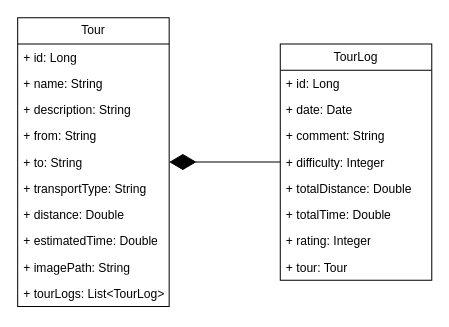
Above: documentation/tourplanner_class_diagram.drawio in if22b150/TourPlanner (draw.io), before the change. Source tidied: cells renumbered, new cells numbered last; positions are measured from the earlier drawing's top-left corner, leaving out a move shared by most shapes. Both pictures are drawn from the tidied source at 101%, with x=0, y=0 at pixel (17, 17).
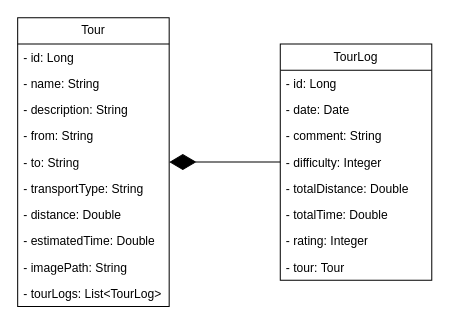
The same page after the edit.

The change refers to these unchanged cells:
```xml
<mxCell id="2" value="Tour" style="swimlane;fontStyle=0;horizontal=1;startSize=26;fillColor=none;whiteSpace=wrap;html=1;" parent="1" vertex="1">
  <mxGeometry width="150" height="286" as="geometry" />
</mxCell>
<mxCell id="13" value="TourLog" style="swimlane;fontStyle=0;horizontal=1;startSize=26;fillColor=none;whiteSpace=wrap;html=1;" parent="1" vertex="1">
  <mxGeometry x="260" y="26" width="150" height="234" as="geometry" />
</mxCell>
```

Diff of the diagram source:
```diff
@@
-    <mxCell id="3" value="+ id: Long" style="text;strokeColor=none;fillColor=none;align=left;verticalAlign=top;spacingLeft=4;spacingRight=4;overflow=hidden;whiteSpace=wrap;html=1;" parent="2" vertex="1">
+    <mxCell id="3" value="- id: Long" style="text;strokeColor=none;fillColor=none;align=left;verticalAlign=top;spacingLeft=4;spacingRight=4;overflow=hidden;whiteSpace=wrap;html=1;" parent="2" vertex="1">
       <mxGeometry y="26" width="150" height="26" as="geometry" />
     </mxCell>
-    <mxCell id="4" value="+ name: String" style="text;strokeColor=none;fillColor=none;align=left;verticalAlign=top;spacingLeft=4;spacingRight=4;overflow=hidden;whiteSpace=wrap;html=1;" parent="2" vertex="1">
+    <mxCell id="4" value="- name: String" style="text;strokeColor=none;fillColor=none;align=left;verticalAlign=top;spacingLeft=4;spacingRight=4;overflow=hidden;whiteSpace=wrap;html=1;" parent="2" vertex="1">
       <mxGeometry y="52" width="150" height="26" as="geometry" />
     </mxCell>
-    <mxCell id="5" value="+ description: String" style="text;strokeColor=none;fillColor=none;align=left;verticalAlign=top;spacingLeft=4;spacingRight=4;overflow=hidden;whiteSpace=wrap;html=1;" parent="2" vertex="1">
+    <mxCell id="5" value="- description: String" style="text;strokeColor=none;fillColor=none;align=left;verticalAlign=top;spacingLeft=4;spacingRight=4;overflow=hidden;whiteSpace=wrap;html=1;" parent="2" vertex="1">
       <mxGeometry y="78" width="150" height="26" as="geometry" />
     </mxCell>
-    <mxCell id="6" value="+ from: String" style="text;strokeColor=none;fillColor=none;align=left;verticalAlign=top;spacingLeft=4;spacingRight=4;overflow=hidden;whiteSpace=wrap;html=1;" parent="2" vertex="1">
+    <mxCell id="6" value="- from: String" style="text;strokeColor=none;fillColor=none;align=left;verticalAlign=top;spacingLeft=4;spacingRight=4;overflow=hidden;whiteSpace=wrap;html=1;" parent="2" vertex="1">
       <mxGeometry y="104" width="150" height="26" as="geometry" />
     </mxCell>
-    <mxCell id="7" value="+ to: String" style="text;strokeColor=none;fillColor=none;align=left;verticalAlign=top;spacingLeft=4;spacingRight=4;overflow=hidden;points=[[0,0.5],[1,0.5]];portConstraint=eastwest;whiteSpace=wrap;html=1;" parent="2" vertex="1">
+    <mxCell id="7" value="- to: String" style="text;strokeColor=none;fillColor=none;align=left;verticalAlign=top;spacingLeft=4;spacingRight=4;overflow=hidden;points=[[0,0.5],[1,0.5]];portConstraint=eastwest;whiteSpace=wrap;html=1;" parent="2" vertex="1">
       <mxGeometry y="130" width="150" height="26" as="geometry" />
     </mxCell>
-    <mxCell id="8" value="+ transportType: String" style="text;strokeColor=none;fillColor=none;align=left;verticalAlign=top;spacingLeft=4;spacingRight=4;overflow=hidden;whiteSpace=wrap;html=1;" parent="2" vertex="1">
+    <mxCell id="8" value="- transportType: String" style="text;strokeColor=none;fillColor=none;align=left;verticalAlign=top;spacingLeft=4;spacingRight=4;overflow=hidden;whiteSpace=wrap;html=1;" parent="2" vertex="1">
       <mxGeometry y="156" width="150" height="26" as="geometry" />
     </mxCell>
-    <mxCell id="9" value="+ distance: Double" style="text;strokeColor=none;fillColor=none;align=left;verticalAlign=top;spacingLeft=4;spacingRight=4;overflow=hidden;whiteSpace=wrap;html=1;" parent="2" vertex="1">
+    <mxCell id="9" value="- distance: Double" style="text;strokeColor=none;fillColor=none;align=left;verticalAlign=top;spacingLeft=4;spacingRight=4;overflow=hidden;whiteSpace=wrap;html=1;" parent="2" vertex="1">
       <mxGeometry y="182" width="150" height="26" as="geometry" />
     </mxCell>
-    <mxCell id="10" value="+ estimatedTime: Double" style="text;strokeColor=none;fillColor=none;align=left;verticalAlign=top;spacingLeft=4;spacingRight=4;overflow=hidden;whiteSpace=wrap;html=1;" parent="2" vertex="1">
+    <mxCell id="10" value="- estimatedTime: Double" style="text;strokeColor=none;fillColor=none;align=left;verticalAlign=top;spacingLeft=4;spacingRight=4;overflow=hidden;whiteSpace=wrap;html=1;" parent="2" vertex="1">
       <mxGeometry y="208" width="150" height="26" as="geometry" />
     </mxCell>
-    <mxCell id="11" value="+ imagePath: String" style="text;strokeColor=none;fillColor=none;align=left;verticalAlign=top;spacingLeft=4;spacingRight=4;overflow=hidden;whiteSpace=wrap;html=1;" parent="2" vertex="1">
+    <mxCell id="11" value="- imagePath: String" style="text;strokeColor=none;fillColor=none;align=left;verticalAlign=top;spacingLeft=4;spacingRight=4;overflow=hidden;whiteSpace=wrap;html=1;" parent="2" vertex="1">
       <mxGeometry y="234" width="150" height="26" as="geometry" />
     </mxCell>
-    <mxCell id="12" value="+ tourLogs: List&amp;lt;TourLog&amp;gt;" style="text;strokeColor=none;fillColor=none;align=left;verticalAlign=top;spacingLeft=4;spacingRight=4;overflow=hidden;whiteSpace=wrap;html=1;" parent="2" vertex="1">
+    <mxCell id="12" value="- tourLogs: List&amp;lt;TourLog&amp;gt;" style="text;strokeColor=none;fillColor=none;align=left;verticalAlign=top;spacingLeft=4;spacingRight=4;overflow=hidden;whiteSpace=wrap;html=1;" parent="2" vertex="1">
       <mxGeometry y="260" width="150" height="26" as="geometry" />
     </mxCell>
@@
-    <mxCell id="14" value="+ id: Long" style="text;strokeColor=none;fillColor=none;align=left;verticalAlign=top;spacingLeft=4;spacingRight=4;overflow=hidden;whiteSpace=wrap;html=1;" parent="13" vertex="1">
+    <mxCell id="14" value="- id: Long" style="text;strokeColor=none;fillColor=none;align=left;verticalAlign=top;spacingLeft=4;spacingRight=4;overflow=hidden;whiteSpace=wrap;html=1;" parent="13" vertex="1">
       <mxGeometry y="26" width="150" height="26" as="geometry" />
     </mxCell>
-    <mxCell id="15" value="+ date: Date" style="text;strokeColor=none;fillColor=none;align=left;verticalAlign=top;spacingLeft=4;spacingRight=4;overflow=hidden;whiteSpace=wrap;html=1;" parent="13" vertex="1">
+    <mxCell id="15" value="- date: Date" style="text;strokeColor=none;fillColor=none;align=left;verticalAlign=top;spacingLeft=4;spacingRight=4;overflow=hidden;whiteSpace=wrap;html=1;" parent="13" vertex="1">
       <mxGeometry y="52" width="150" height="26" as="geometry" />
     </mxCell>
-    <mxCell id="16" value="+ comment: String" style="text;strokeColor=none;fillColor=none;align=left;verticalAlign=top;spacingLeft=4;spacingRight=4;overflow=hidden;whiteSpace=wrap;html=1;" parent="13" vertex="1">
+    <mxCell id="16" value="- comment: String" style="text;strokeColor=none;fillColor=none;align=left;verticalAlign=top;spacingLeft=4;spacingRight=4;overflow=hidden;whiteSpace=wrap;html=1;" parent="13" vertex="1">
       <mxGeometry y="78" width="150" height="26" as="geometry" />
     </mxCell>
-    <mxCell id="17" value="+ difficulty: Integer" style="text;strokeColor=none;fillColor=none;align=left;verticalAlign=top;spacingLeft=4;spacingRight=4;overflow=hidden;points=[[0,0.5],[1,0.5]];portConstraint=eastwest;whiteSpace=wrap;html=1;" parent="13" vertex="1">
+    <mxCell id="17" value="- difficulty: Integer" style="text;strokeColor=none;fillColor=none;align=left;verticalAlign=top;spacingLeft=4;spacingRight=4;overflow=hidden;points=[[0,0.5],[1,0.5]];portConstraint=eastwest;whiteSpace=wrap;html=1;" parent="13" vertex="1">
       <mxGeometry y="104" width="150" height="26" as="geometry" />
     </mxCell>
-    <mxCell id="18" value="+ totalDistance: Double" style="text;strokeColor=none;fillColor=none;align=left;verticalAlign=top;spacingLeft=4;spacingRight=4;overflow=hidden;whiteSpace=wrap;html=1;" parent="13" vertex="1">
+    <mxCell id="18" value="- totalDistance: Double" style="text;strokeColor=none;fillColor=none;align=left;verticalAlign=top;spacingLeft=4;spacingRight=4;overflow=hidden;whiteSpace=wrap;html=1;" parent="13" vertex="1">
       <mxGeometry y="130" width="150" height="26" as="geometry" />
     </mxCell>
-    <mxCell id="19" value="+ totalTime: Double" style="text;strokeColor=none;fillColor=none;align=left;verticalAlign=top;spacingLeft=4;spacingRight=4;overflow=hidden;whiteSpace=wrap;html=1;" parent="13" vertex="1">
+    <mxCell id="19" value="- totalTime: Double" style="text;strokeColor=none;fillColor=none;align=left;verticalAlign=top;spacingLeft=4;spacingRight=4;overflow=hidden;whiteSpace=wrap;html=1;" parent="13" vertex="1">
       <mxGeometry y="156" width="150" height="26" as="geometry" />
     </mxCell>
-    <mxCell id="20" value="+ rating: Integer" style="text;strokeColor=none;fillColor=none;align=left;verticalAlign=top;spacingLeft=4;spacingRight=4;overflow=hidden;whiteSpace=wrap;html=1;" parent="13" vertex="1">
+    <mxCell id="20" value="- rating: Integer" style="text;strokeColor=none;fillColor=none;align=left;verticalAlign=top;spacingLeft=4;spacingRight=4;overflow=hidden;whiteSpace=wrap;html=1;" parent="13" vertex="1">
       <mxGeometry y="182" width="150" height="26" as="geometry" />
     </mxCell>
-    <mxCell id="21" value="+ tour: Tour" style="text;strokeColor=none;fillColor=none;align=left;verticalAlign=top;spacingLeft=4;spacingRight=4;overflow=hidden;whiteSpace=wrap;html=1;" parent="13" vertex="1">
+    <mxCell id="21" value="- tour: Tour" style="text;strokeColor=none;fillColor=none;align=left;verticalAlign=top;spacingLeft=4;spacingRight=4;overflow=hidden;whiteSpace=wrap;html=1;" parent="13" vertex="1">
       <mxGeometry y="208" width="150" height="26" as="geometry" />
     </mxCell>
```
